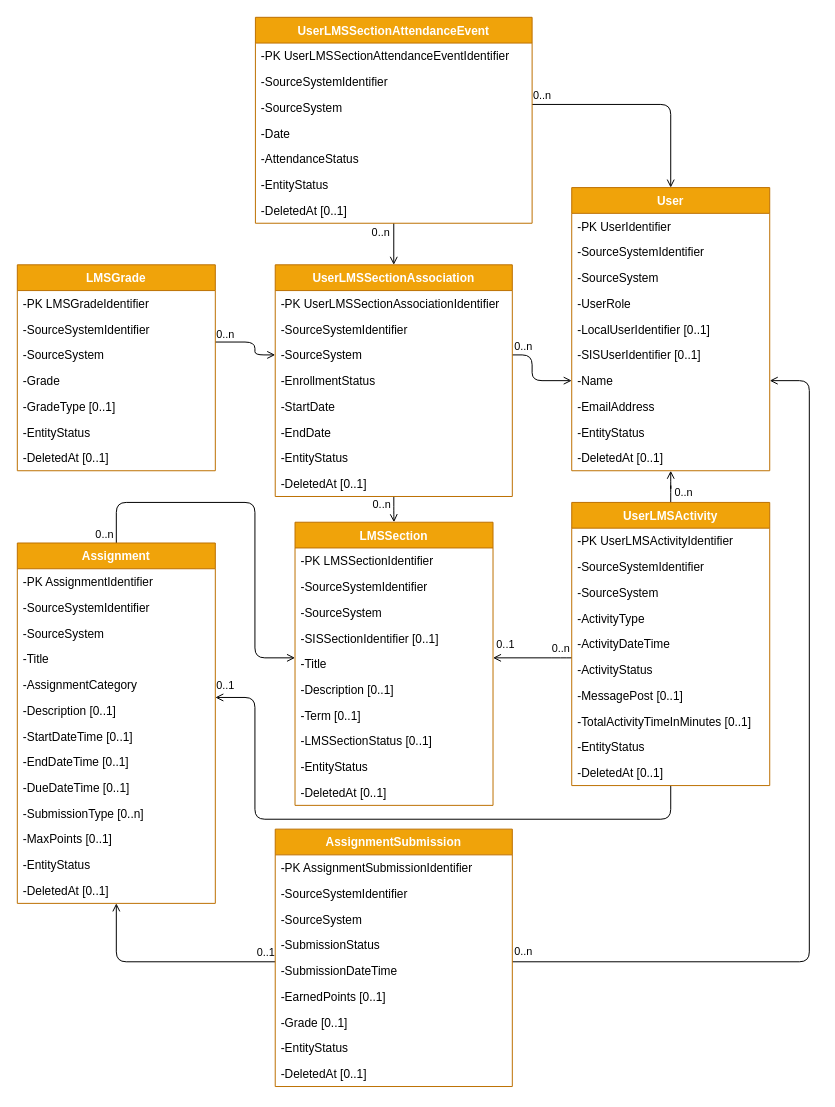
This is page "Proposed UDM" (1 of 5) of docs/FIZZ-API-UML.drawio from Ed-Fi-Exchange-OSS/LMS-Toolkit, a draw.io file, before an edit. Source tidied: cells renumbered, new cells numbered last; positions are measured from the earlier drawing's top-left corner, leaving out a move shared by most shapes. Both pictures are drawn from the tidied source at 99%, with x=0, y=0 at pixel (17, 17).
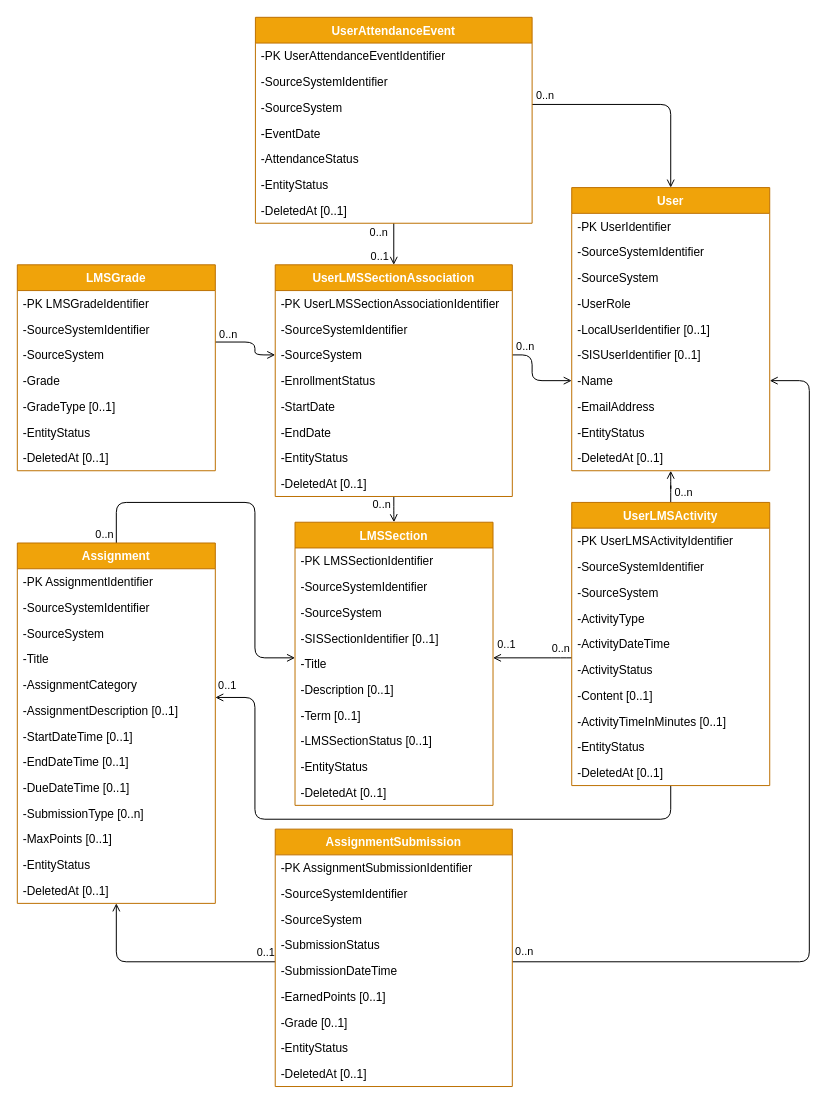
Above is the later version.

Commit message:
[FIZZ-44] updated entity and attribute names, changed AttendanceEvent relationship to UserLMSSectionAssociation as optional

Unchanged cells that the change refers to:
```xml
<mxCell id="2" style="edgeStyle=orthogonalEdgeStyle;rounded=1;jettySize=auto;html=1;startArrow=none;startFill=0;endArrow=open;endFill=0;" parent="1" edge="1" source="80" target="58">
  <mxGeometry relative="1" as="geometry">
    <Array as="points">
      <mxPoint x="520" y="341" />
      <mxPoint x="520" y="367" />
    </Array>
  </mxGeometry>
</mxCell>
<mxCell id="4" style="edgeStyle=orthogonalEdgeStyle;rounded=1;jettySize=auto;html=1;startArrow=none;startFill=0;endArrow=open;endFill=0;" parent="1" edge="1" source="20" target="80">
  <mxGeometry relative="1" as="geometry">
    <Array as="points">
      <mxPoint x="240" y="328" />
      <mxPoint x="240" y="341" />
    </Array>
  </mxGeometry>
</mxCell>
<mxCell id="12" style="edgeStyle=orthogonalEdgeStyle;rounded=1;jettySize=auto;html=1;startArrow=open;startFill=0;endArrow=none;endFill=0;" parent="1" edge="1" source="80" target="99">
  <mxGeometry relative="1" as="geometry" />
</mxCell>
<mxCell id="14" style="edgeStyle=orthogonalEdgeStyle;rounded=1;jettySize=auto;html=1;startArrow=none;startFill=0;endArrow=open;endFill=0;" parent="1" edge="1" source="99" target="58">
  <mxGeometry relative="1" as="geometry">
    <Array as="points">
      <mxPoint x="660" y="88" />
    </Array>
  </mxGeometry>
</mxCell>
<mxCell id="16" style="edgeStyle=orthogonalEdgeStyle;rounded=1;jettySize=auto;html=1;startArrow=none;startFill=0;endArrow=open;endFill=0;" parent="1" edge="1" source="89" target="58">
  <mxGeometry relative="1" as="geometry">
    <Array as="points">
      <mxPoint x="800" y="954" />
      <mxPoint x="800" y="367" />
    </Array>
  </mxGeometry>
</mxCell>
<mxCell id="18" style="edgeStyle=orthogonalEdgeStyle;rounded=1;jettySize=auto;html=1;startArrow=none;startFill=0;endArrow=open;endFill=0;" parent="1" edge="1" source="69" target="28">
  <mxGeometry relative="1" as="geometry">
    <Array as="points">
      <mxPoint x="660" y="810" />
      <mxPoint x="240" y="810" />
      <mxPoint x="240" y="687" />
    </Array>
  </mxGeometry>
</mxCell>
<mxCell id="28" value="Assignment" style="swimlane;fontStyle=1;horizontal=1;startSize=26;fillColor=#f0a30a;strokeColor=#BD7000;fontColor=#ffffff;" parent="1" vertex="1">
  <mxGeometry y="531" width="200" height="364" as="geometry" />
</mxCell>
<mxCell id="42" style="edgeStyle=orthogonalEdgeStyle;rounded=1;jettySize=auto;html=1;startArrow=none;startFill=0;endArrow=open;endFill=0;" parent="1" edge="1" source="69" target="47">
  <mxGeometry relative="1" as="geometry">
    <Array as="points">
      <mxPoint x="550" y="647" />
      <mxPoint x="550" y="647" />
    </Array>
  </mxGeometry>
</mxCell>
<mxCell id="69" value="UserLMSActivity" style="swimlane;fontStyle=1;horizontal=1;startSize=26;fillColor=#f0a30a;strokeColor=#BD7000;fontColor=#ffffff;" parent="1" vertex="1">
  <mxGeometry x="560" y="490" width="200" height="286" as="geometry" />
</mxCell>
```

The edit, as a diff of the source:
```diff
@@
     <mxCell id="3" value="0..n" style="edgeLabel;html=1;align=center;verticalAlign=middle;" parent="2" vertex="1">
       <mxGeometry x="-0.87" y="-12" relative="1" as="geometry">
-        <mxPoint x="4" y="-21" as="offset" />
+        <mxPoint x="6" y="-21" as="offset" />
       </mxGeometry>
     </mxCell>
@@
     <mxCell id="5" value="0..n" style="edgeLabel;html=1;align=center;verticalAlign=middle;" parent="4" vertex="1">
       <mxGeometry x="-0.71" relative="1" as="geometry">
-        <mxPoint x="-2" y="-9" as="offset" />
+        <mxPoint x="1" y="-9" as="offset" />
       </mxGeometry>
     </mxCell>
@@
     <mxCell id="13" value="0..n" style="edgeLabel;html=1;align=center;verticalAlign=middle;" parent="12" vertex="1">
       <mxGeometry x="0.74" y="1" relative="1" as="geometry">
-        <mxPoint x="-12.5" y="3" as="offset" />
+        <mxPoint x="-14.5" y="3" as="offset" />
       </mxGeometry>
     </mxCell>
+    <mxCell id="107" value="0..1" style="edgeLabel;html=1;align=center;verticalAlign=middle;" parent="12" vertex="1">
+      <mxGeometry x="-0.22" relative="1" as="geometry">
+        <mxPoint x="-15.2" y="7" as="offset" />
+      </mxGeometry>
+    </mxCell>
@@
     <mxCell id="15" value="0..n" style="edgeLabel;html=1;align=center;verticalAlign=middle;" parent="14" vertex="1">
       <mxGeometry x="-0.69" y="2" relative="1" as="geometry">
-        <mxPoint x="-25.5" y="-8" as="offset" />
+        <mxPoint x="-22.5" y="-8" as="offset" />
       </mxGeometry>
     </mxCell>
@@
     <mxCell id="17" value="0..n" style="edgeLabel;html=1;align=center;verticalAlign=middle;" parent="16" vertex="1">
       <mxGeometry x="-0.87" y="11" relative="1" as="geometry">
-        <mxPoint x="-49.3" as="offset" />
+        <mxPoint x="-48.3" as="offset" />
       </mxGeometry>
     </mxCell>
@@
     <mxCell id="19" value="0..1" style="edgeLabel;html=1;align=center;verticalAlign=middle;" parent="18" vertex="1">
       <mxGeometry x="0.9" relative="1" as="geometry">
-        <mxPoint x="-22" y="-13" as="offset" />
+        <mxPoint x="-20" y="-13" as="offset" />
       </mxGeometry>
     </mxCell>
@@
-    <mxCell id="34" value="-Description [0..1]" style="text;align=left;verticalAlign=top;spacingLeft=4;spacingRight=4;overflow=hidden;" parent="28" vertex="1">
+    <mxCell id="34" value="-AssignmentDescription [0..1]" style="text;align=left;verticalAlign=top;spacingLeft=4;spacingRight=4;overflow=hidden;" parent="28" vertex="1">
       <mxGeometry y="156" width="200" height="26" as="geometry" />
     </mxCell>
@@
     <mxCell id="43" value="0..1" style="edgeLabel;html=1;align=center;verticalAlign=middle;" parent="42" vertex="1">
       <mxGeometry x="0.88" y="-2" relative="1" as="geometry">
-        <mxPoint x="7" y="-12" as="offset" />
+        <mxPoint x="8" y="-12" as="offset" />
       </mxGeometry>
     </mxCell>
@@
-    <mxCell id="76" value="-MessagePost [0..1]" style="text;align=left;verticalAlign=top;spacingLeft=4;spacingRight=4;overflow=hidden;" parent="69" vertex="1">
+    <mxCell id="76" value="-Content [0..1]" style="text;align=left;verticalAlign=top;spacingLeft=4;spacingRight=4;overflow=hidden;" parent="69" vertex="1">
       <mxGeometry y="182" width="200" height="26" as="geometry" />
     </mxCell>
-    <mxCell id="77" value="-TotalActivityTimeInMinutes [0..1]" style="text;align=left;verticalAlign=top;spacingLeft=4;spacingRight=4;overflow=hidden;" parent="69" vertex="1">
+    <mxCell id="77" value="-ActivityTimeInMinutes [0..1]" style="text;align=left;verticalAlign=top;spacingLeft=4;spacingRight=4;overflow=hidden;" parent="69" vertex="1">
       <mxGeometry y="208" width="200" height="26" as="geometry" />
     </mxCell>
@@
-    <mxCell id="99" value="UserLMSSectionAttendanceEvent" style="swimlane;fontStyle=1;horizontal=1;startSize=26;align=center;fillColor=#f0a30a;strokeColor=#BD7000;fontColor=#ffffff;" parent="1" vertex="1">
+    <mxCell id="99" value="UserAttendanceEvent" style="swimlane;fontStyle=1;horizontal=1;startSize=26;align=center;fillColor=#f0a30a;strokeColor=#BD7000;fontColor=#ffffff;" parent="1" vertex="1">
       <mxGeometry x="240.5" width="279.5" height="208" as="geometry" />
     </mxCell>
-    <mxCell id="100" value="-PK UserLMSSectionAttendanceEventIdentifier" style="text;align=left;verticalAlign=top;spacingLeft=4;spacingRight=4;overflow=hidden;" parent="99" vertex="1">
+    <mxCell id="100" value="-PK UserAttendanceEventIdentifier" style="text;align=left;verticalAlign=top;spacingLeft=4;spacingRight=4;overflow=hidden;" parent="99" vertex="1">
       <mxGeometry y="26" width="279.5" height="26" as="geometry" />
     </mxCell>
@@
-    <mxCell id="103" value="-Date" style="text;align=left;verticalAlign=top;spacingLeft=4;spacingRight=4;overflow=hidden;" parent="99" vertex="1">
+    <mxCell id="103" value="-EventDate" style="text;align=left;verticalAlign=top;spacingLeft=4;spacingRight=4;overflow=hidden;" parent="99" vertex="1">
       <mxGeometry y="104" width="279.5" height="26" as="geometry" />
     </mxCell>
```
